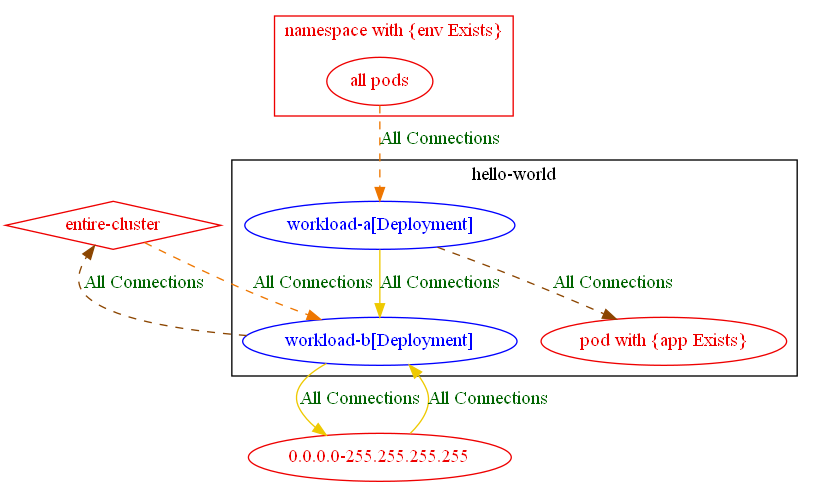
Earlier version of the Graphviz export test_outputs/connlist/exposure_test_exposure_with_match_expression_exists_op_connlist_output.dot.png (np-guard/netpol-analyzer). Its source is kept beside it as test_outputs/connlist/exposure_test_exposure_with_match_expression_exists_op_connlist_output.dot.
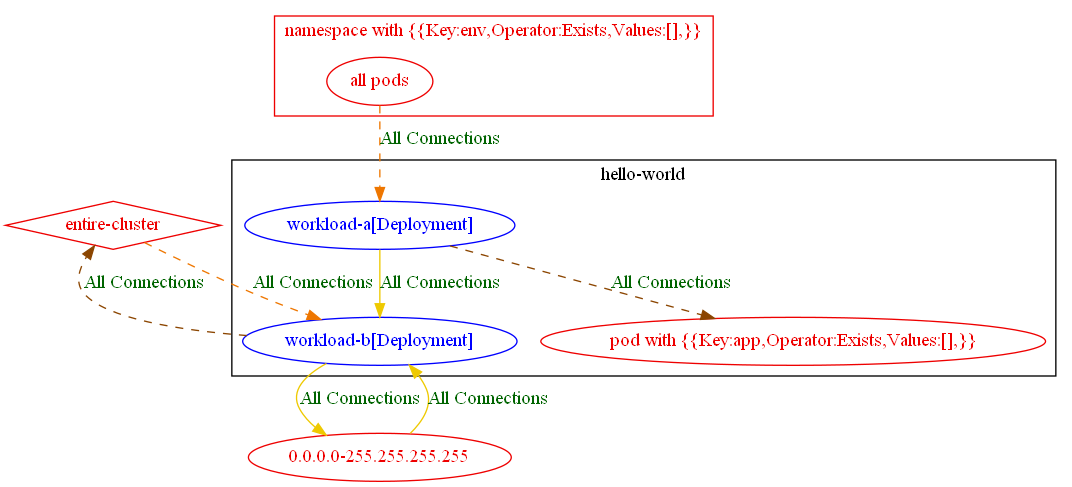
After the change.

Change to the diagram source:
```diff
@@ -4,22 +4,22 @@
 		fontcolor="black"
 		"hello-world/workload-a[Deployment]" [label="workload-a[Deployment]" color="blue" fontcolor="blue"]
 		"hello-world/workload-b[Deployment]" [label="workload-b[Deployment]" color="blue" fontcolor="blue"]
-		"pod with {app Exists}_in_hello-world" [label="pod with {app Exists}" color="red2" fontcolor="red2"]
+		"pod with {{Key:app,Operator:Exists,Values:[],}}_in_hello-world" [label="pod with {{Key:app,Operator:Exists,Values:[],}}" color="red2" fontcolor="red2"]
 		label="hello-world"
 	}
-	subgraph "cluster_namespace with {env Exists}" {
+	subgraph "cluster_namespace with {{Key:env,Operator:Exists,Values:[],}}" {
 		color="red2"
 		fontcolor="red2"
-		"all pods_in_namespace with {env Exists}" [label="all pods" color="red2" fontcolor="red2"]
-		label="namespace with {env Exists}"
+		"all pods_in_namespace with {{Key:env,Operator:Exists,Values:[],}}" [label="all pods" color="red2" fontcolor="red2"]
+		label="namespace with {{Key:env,Operator:Exists,Values:[],}}"
 	}
 	"0.0.0.0-255.255.255.255" [label="0.0.0.0-255.255.255.255" color="red2" fontcolor="red2"]
 	"entire-cluster" [label="entire-cluster" color="red2" fontcolor="red2" shape=diamond]
 	"0.0.0.0-255.255.255.255" -> "hello-world/workload-b[Deployment]" [label="All Connections" color="gold2" fontcolor="darkgreen"]
-	"all pods_in_namespace with {env Exists}" -> "hello-world/workload-a[Deployment]" [label="All Connections" color="darkorange2" fontcolor="darkgreen" weight=1 style=dashed]
+	"all pods_in_namespace with {{Key:env,Operator:Exists,Values:[],}}" -> "hello-world/workload-a[Deployment]" [label="All Connections" color="darkorange2" fontcolor="darkgreen" weight=1 style=dashed]
 	"entire-cluster" -> "hello-world/workload-b[Deployment]" [label="All Connections" color="darkorange2" fontcolor="darkgreen" weight=1 style=dashed]
 	"hello-world/workload-a[Deployment]" -> "hello-world/workload-b[Deployment]" [label="All Connections" color="gold2" fontcolor="darkgreen"]
-	"hello-world/workload-a[Deployment]" -> "pod with {app Exists}_in_hello-world" [label="All Connections" color="darkorange4" fontcolor="darkgreen" weight=0.5 style=dashed]
+	"hello-world/workload-a[Deployment]" -> "pod with {{Key:app,Operator:Exists,Values:[],}}_in_hello-world" [label="All Connections" color="darkorange4" fontcolor="darkgreen" weight=0.5 style=dashed]
 	"hello-world/workload-b[Deployment]" -> "0.0.0.0-255.255.255.255" [label="All Connections" color="gold2" fontcolor="darkgreen"]
 	"hello-world/workload-b[Deployment]" -> "entire-cluster" [label="All Connections" color="darkorange4" fontcolor="darkgreen" weight=0.5 style=dashed]
 }
```
